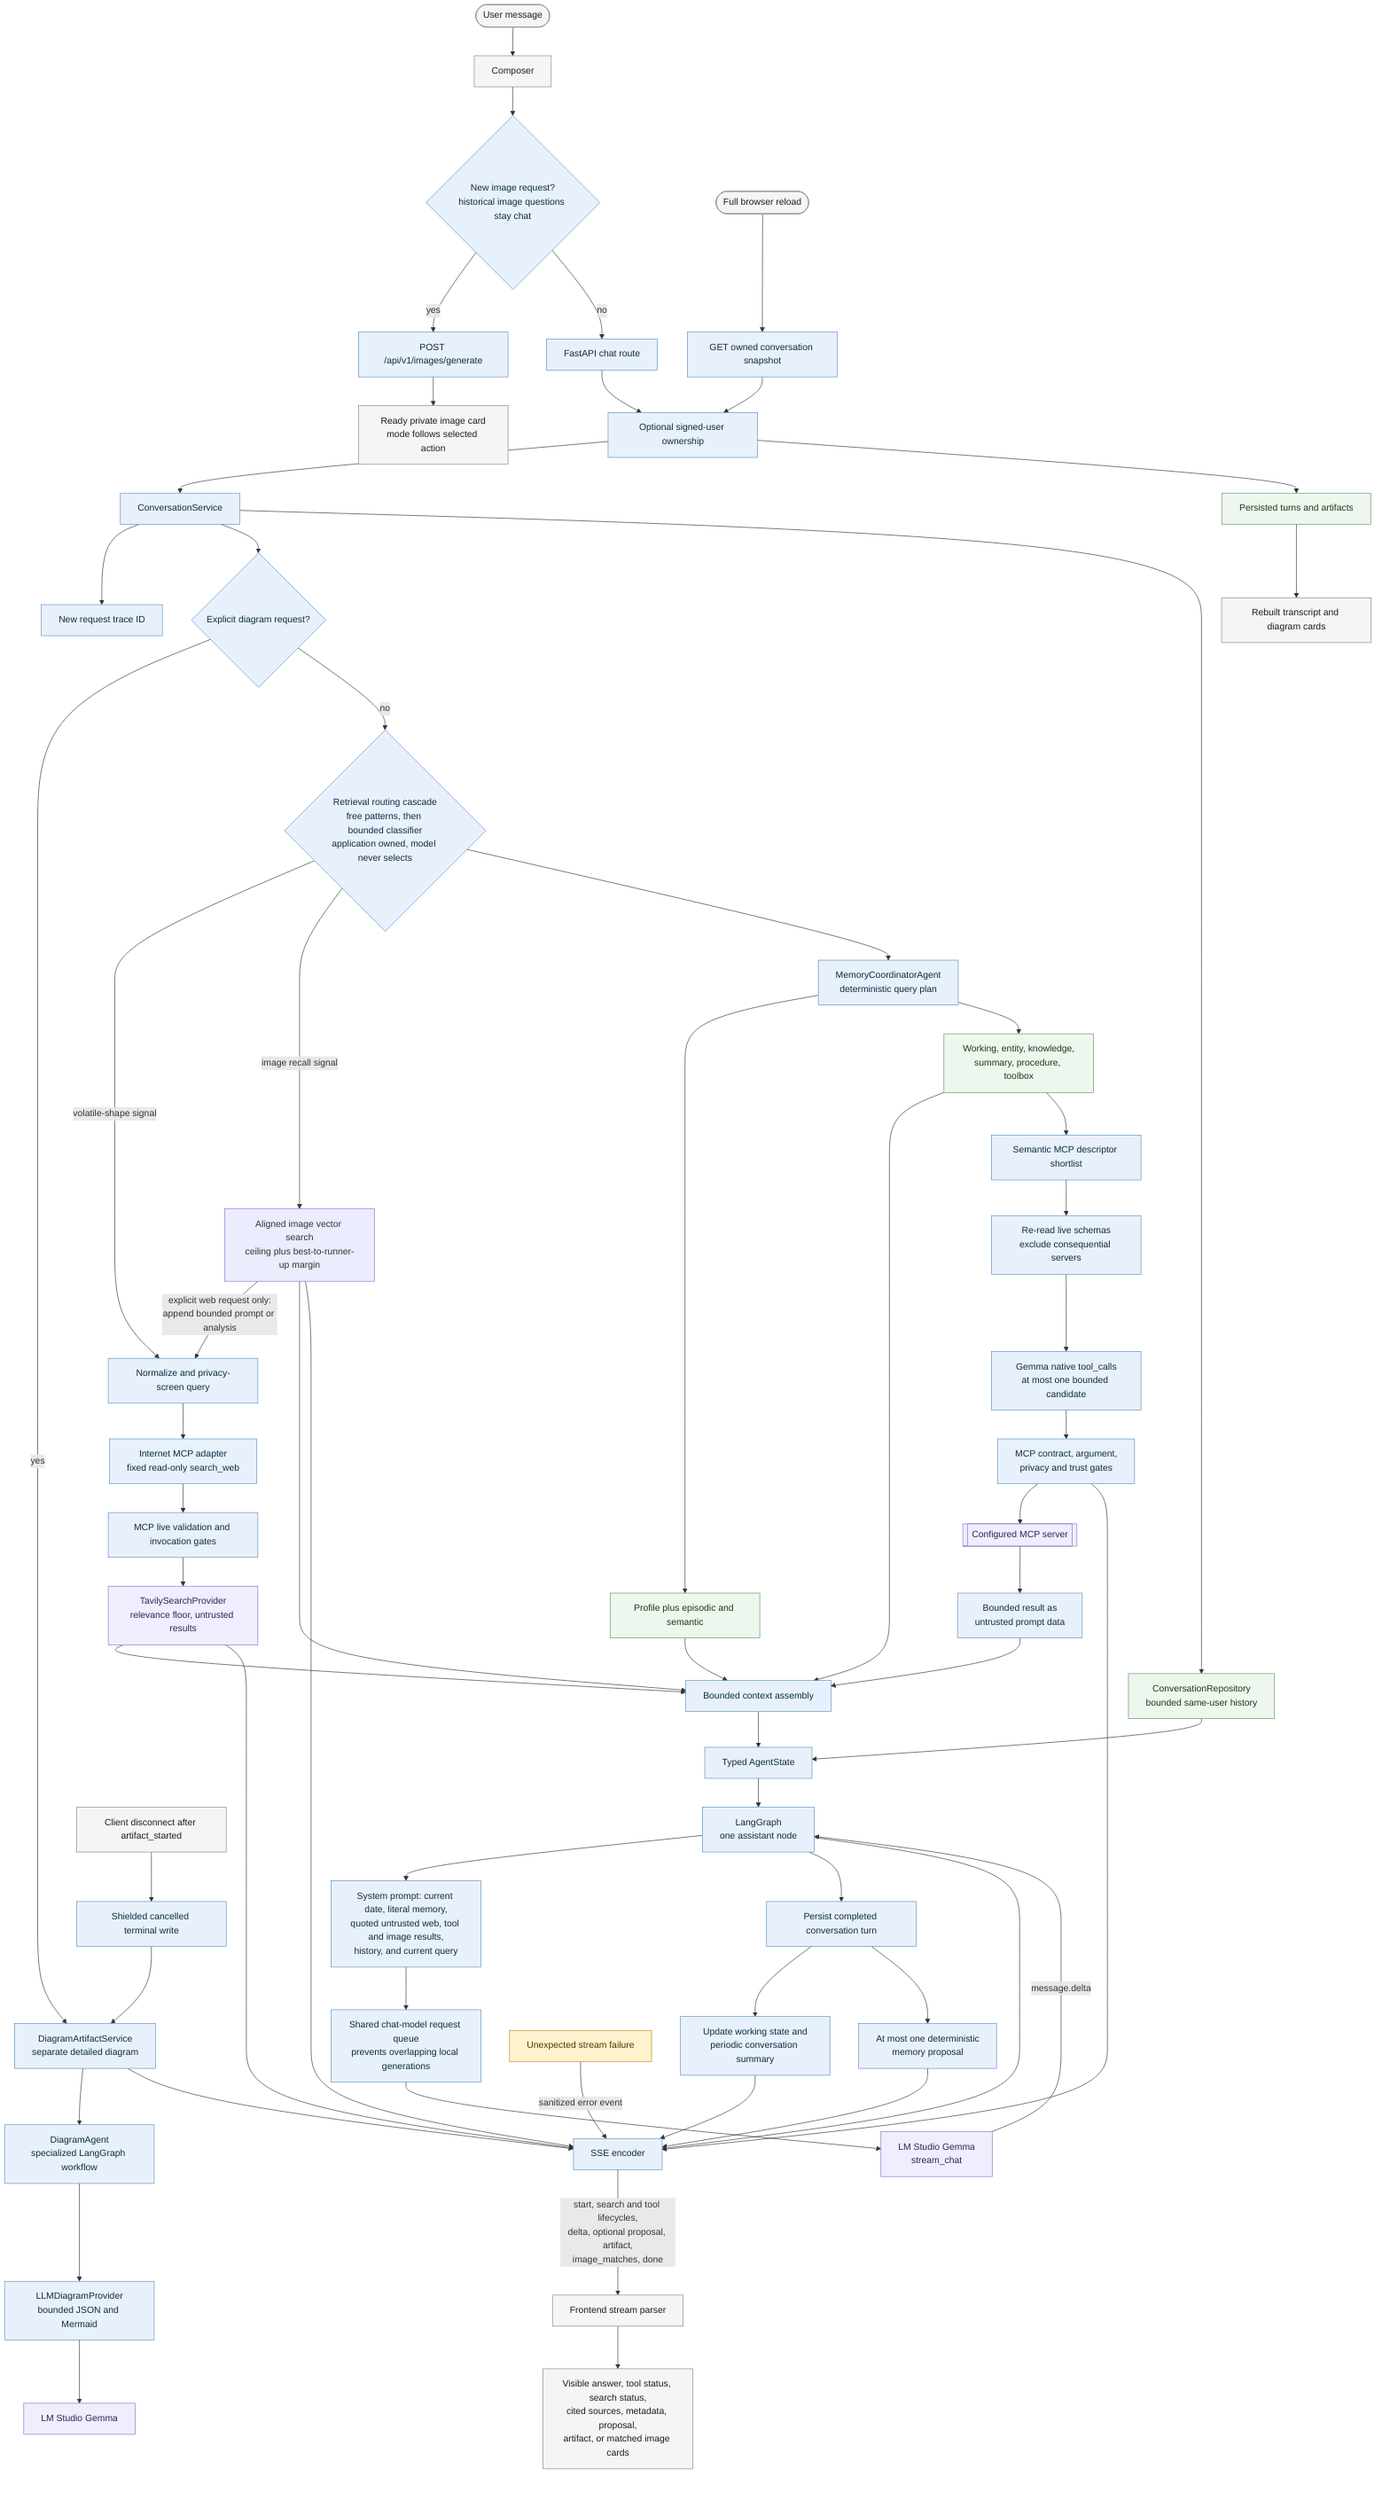
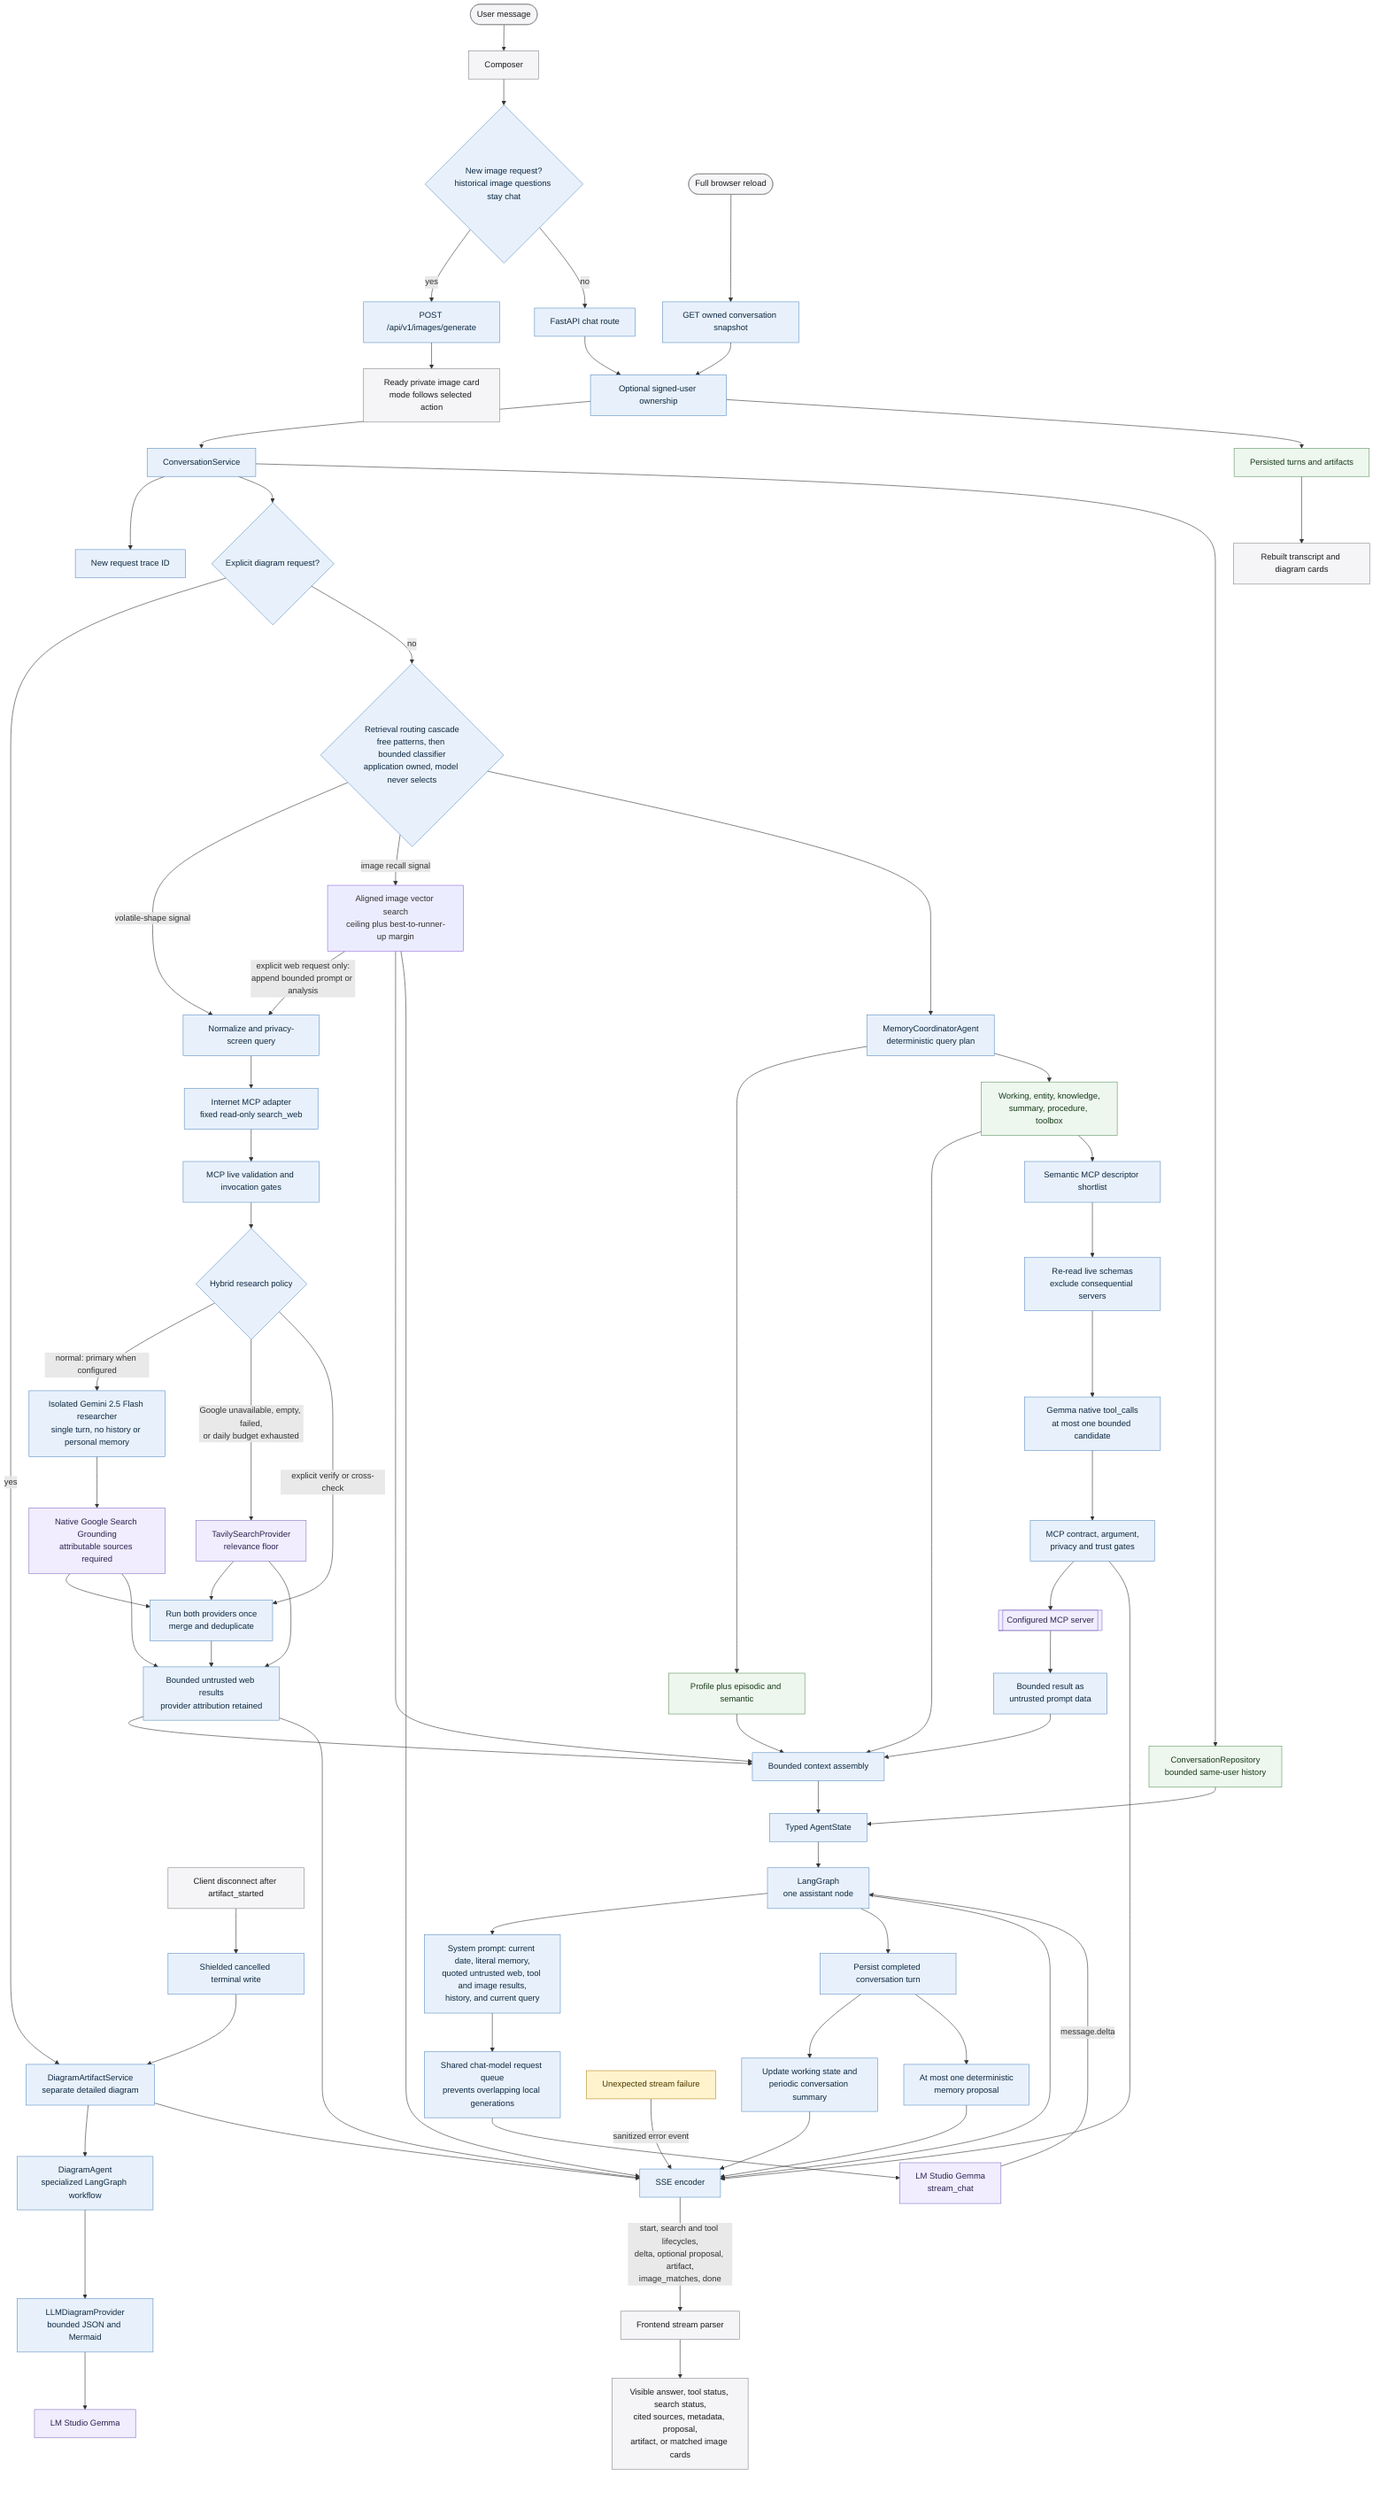
flowchart TB
    User([User message]) --> Composer[Composer]
    Composer --> Intent{New image request?<br/>historical image questions stay chat}
    Intent -->|yes| ImageAPI[POST /api/v1/images/generate]
    ImageAPI --> ImageAnswer[Ready private image card<br/>mode follows selected action]
    Intent -->|no| ChatAPI[FastAPI chat route]
    ChatAPI --> Ownership[Optional signed-user ownership]
    Ownership --> Service[ConversationService]
    Service --> Trace[New request trace ID]
    Service --> Route{Explicit diagram request?}

    Route -->|yes| Artifact[DiagramArtifactService<br/>separate detailed diagram]
    Artifact --> DiagramAgent[DiagramAgent<br/>specialized LangGraph workflow]
    DiagramAgent --> DiagramProvider[LLMDiagramProvider<br/>bounded JSON and Mermaid]
    DiagramProvider --> DiagramGemma[LM Studio Gemma]
    Artifact --> SSE

    Route -->|no| Retrieval{Retrieval routing cascade<br/>free patterns, then bounded classifier<br/>application owned, model never selects}
    Retrieval -->|volatile-shape signal| SearchPolicy[Normalize and privacy-screen query]
    SearchPolicy --> InternetMCP[Internet MCP adapter<br/>fixed read-only search_web]
    InternetMCP --> SearchGates[MCP live validation and invocation gates]
-     SearchGates --> WebSearch[TavilySearchProvider<br/>relevance floor, untrusted results]
+     SearchGates --> HybridSearch{Hybrid research policy}
+     HybridSearch -->|normal: primary when configured| GoogleResearch[Isolated Gemini 2.5 Flash researcher<br/>single turn, no history or personal memory]
+     GoogleResearch --> GoogleGrounding[Native Google Search Grounding<br/>attributable sources required]
+     HybridSearch -->|Google unavailable, empty, failed,<br/>or daily budget exhausted| Tavily[TavilySearchProvider<br/>relevance floor]
+     HybridSearch -->|explicit verify or cross-check| Both[Run both providers once<br/>merge and deduplicate]
+     GoogleGrounding --> Both
+     Tavily --> Both
+     GoogleGrounding --> WebResults[Bounded untrusted web results<br/>provider attribution retained]
+     Tavily --> WebResults
+     Both --> WebResults
    Retrieval -->|image recall signal| ImageSearch[Aligned image vector search<br/>ceiling plus best-to-runner-up margin]
    ImageSearch -->|explicit web request only:<br/>append bounded prompt or analysis| SearchPolicy
-     WebSearch --> Context
-     WebSearch --> SSE
+     WebResults --> Context
+     WebResults --> SSE
    ImageSearch --> Context
    ImageSearch --> SSE
    Retrieval --> Plan[MemoryCoordinatorAgent<br/>deterministic query plan]
    Plan --> Personal[Profile plus episodic and semantic]
    Plan --> Typed[Working, entity, knowledge,<br/>summary, procedure, toolbox]
    Service --> History[ConversationRepository<br/>bounded same-user history]
    Personal --> Context[Bounded context assembly]
    Typed --> Context
    Typed --> ToolShortlist[Semantic MCP descriptor shortlist]
    ToolShortlist --> LiveResolve[Re-read live schemas<br/>exclude consequential servers]
    LiveResolve --> ToolGemma[Gemma native tool_calls<br/>at most one bounded candidate]
    ToolGemma --> ToolGates[MCP contract, argument,<br/>privacy and trust gates]
    ToolGates --> MCPServer[[Configured MCP server]]
    MCPServer --> ToolContext[Bounded result as<br/>untrusted prompt data]
    ToolContext --> Context
    ToolGates --> SSE
    History --> State[Typed AgentState]
    Context --> State
    State --> Graph[LangGraph<br/>one assistant node]
    Graph --> Prompt[System prompt: current date, literal memory,<br/>quoted untrusted web, tool and image results,<br/>history, and current query]
    Prompt --> LLMQueue[Shared chat-model request queue<br/>prevents overlapping local generations]
    LLMQueue --> Gemma[LM Studio Gemma<br/>stream_chat]
    Gemma -->|message.delta| Graph
    Graph --> Persist[Persist completed conversation turn]
    Persist --> Lifecycle[Update working state and<br/>periodic conversation summary]
    Persist --> Proposal[At most one deterministic<br/>memory proposal]
    Proposal --> SSE[SSE encoder]
    Lifecycle --> SSE
    Graph --> SSE
    SSE -->|start, search and tool lifecycles,<br/>delta, optional proposal, artifact,<br/>image_matches, done| Parser[Frontend stream parser]
    Parser --> Answer[Visible answer, tool status, search status,<br/>cited sources, metadata, proposal,<br/>artifact, or matched image cards]

    Reload([Full browser reload]) --> SnapshotAPI[GET owned conversation snapshot]
    SnapshotAPI --> Ownership
    Ownership --> RestoreHistory[Persisted turns and artifacts]
    RestoreHistory --> RestoreUI[Rebuilt transcript and diagram cards]

    Failure[Unexpected stream failure] -->|sanitized error event| SSE
    Disconnect[Client disconnect after artifact_started] --> CancelCleanup[Shielded cancelled terminal write]
    CancelCleanup --> Artifact

    classDef interface fill:#f5f5f7,stroke:#86868b,color:#1d1d1f;
    classDef application fill:#e8f1fb,stroke:#5e8fc4,color:#102a43;
    classDef data fill:#eef7ee,stroke:#5f9562,color:#183b1b;
    classDef external fill:#f1edff,stroke:#8872c6,color:#2e2450;
    classDef failure fill:#fff3cd,stroke:#b78b20,color:#4d3900;
    class User,Composer,ImageAnswer,Parser,Answer,Reload,RestoreUI,Disconnect interface;
-     class Intent,ImageAPI,ChatAPI,SnapshotAPI,Ownership,Service,Trace,Route,Retrieval,SearchPolicy,InternetMCP,SearchGates,Plan,Context,State,Graph,Prompt,LLMQueue,Persist,Lifecycle,Proposal,SSE,Artifact,DiagramAgent,DiagramProvider,CancelCleanup,ToolShortlist,LiveResolve,ToolGemma,ToolGates,ToolContext application;
+     class Intent,ImageAPI,ChatAPI,SnapshotAPI,Ownership,Service,Trace,Route,Retrieval,SearchPolicy,InternetMCP,SearchGates,HybridSearch,GoogleResearch,Both,WebResults,Plan,Context,State,Graph,Prompt,LLMQueue,Persist,Lifecycle,Proposal,SSE,Artifact,DiagramAgent,DiagramProvider,CancelCleanup,ToolShortlist,LiveResolve,ToolGemma,ToolGates,ToolContext application;
    class Personal,Typed,History,RestoreHistory data;
-     class Gemma,DiagramGemma,WebSearch,MCPServer external;
+     class Gemma,DiagramGemma,GoogleGrounding,Tavily,MCPServer external;
    class Failure failure;
